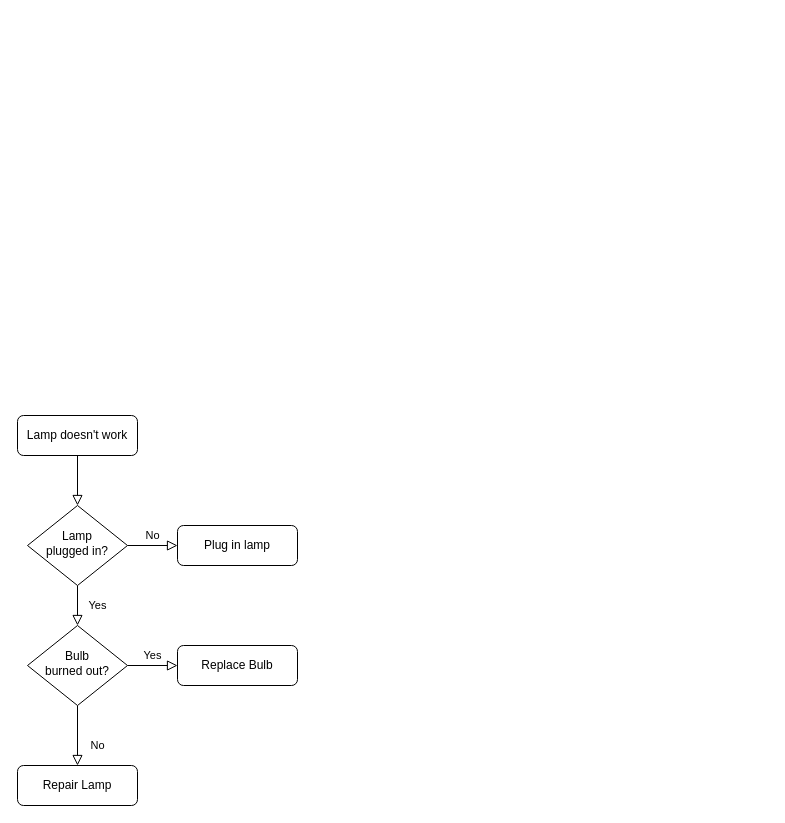
Above: Untitled Diagram.drawio in dedoyle/chart (draw.io), before the change. Source tidied: cells renumbered, new cells numbered last; positions are measured from the earlier drawing's top-left corner, leaving out a move shared by most shapes. Both pictures are drawn from the tidied source at 100%, with x=0, y=0 at pixel (17, 415).
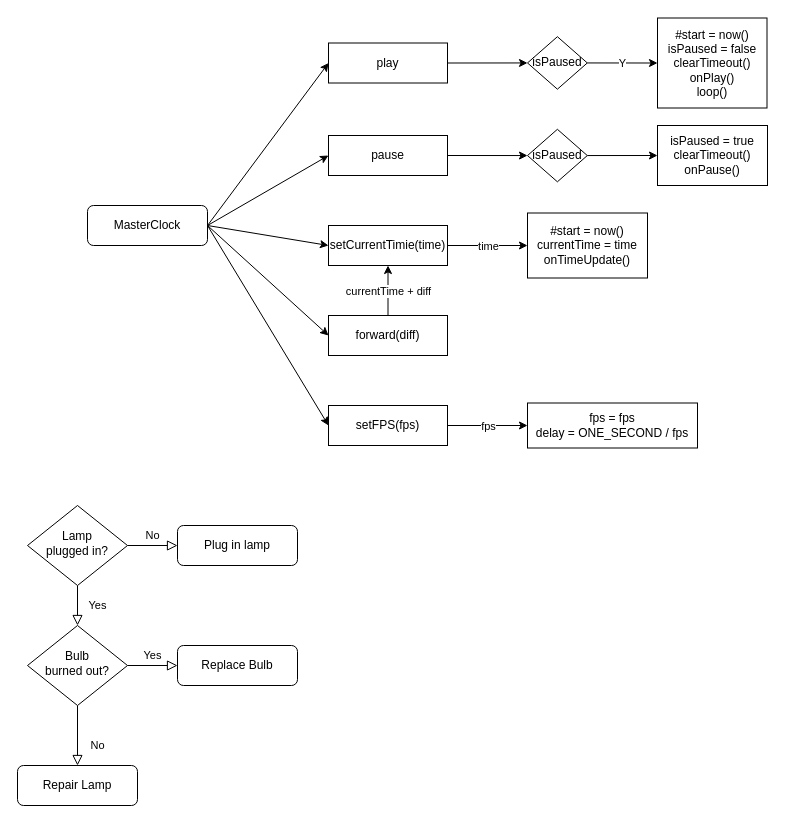
The same page after the edit.

Unchanged cells that the change refers to:
```xml
<mxCell id="6" value="Lamp&lt;br&gt;plugged in?" style="rhombus;whiteSpace=wrap;html=1;shadow=0;fontFamily=Helvetica;fontSize=12;align=center;strokeWidth=1;spacing=6;spacingTop=-4;" parent="1" vertex="1">
  <mxGeometry x="10" y="90" width="100" height="80" as="geometry" />
</mxCell>
```

Change to the diagram source:
```diff
@@
-    <mxCell id="2" style="rounded=0;html=1;jettySize=auto;fontSize=11;endArrow=block;endFill=0;endSize=8;strokeWidth=1;shadow=0;labelBackgroundColor=none;edgeStyle=orthogonalEdgeStyle;" parent="1" edge="1" source="3" target="6">
-      <mxGeometry relative="1" as="geometry" />
-    </mxCell>
-    <mxCell id="3" value="Lamp doesn't work" style="rounded=1;whiteSpace=wrap;html=1;fontSize=12;glass=0;strokeWidth=1;shadow=0;" parent="1" vertex="1">
-      <mxGeometry width="120" height="40" as="geometry" />
+    <mxCell id="3" value="MasterClock" style="rounded=1;whiteSpace=wrap;html=1;fontSize=12;glass=0;strokeWidth=1;shadow=0;" parent="1" vertex="1">
+      <mxGeometry x="70" y="-210" width="120" height="40" as="geometry" />
     </mxCell>
@@
+    <mxCell id="13" value="play" style="rounded=0;whiteSpace=wrap;html=1;" parent="1" vertex="1">
+      <mxGeometry x="311" y="-372.5" width="119" height="40" as="geometry" />
+    </mxCell>
+    <mxCell id="14" value="pause" style="rounded=0;whiteSpace=wrap;html=1;" parent="1" vertex="1">
+      <mxGeometry x="311" y="-280" width="119" height="40" as="geometry" />
+    </mxCell>
+    <mxCell id="15" value="forward(diff)" style="rounded=0;whiteSpace=wrap;html=1;" parent="1" vertex="1">
+      <mxGeometry x="311" y="-100" width="119" height="40" as="geometry" />
+    </mxCell>
+    <mxCell id="16" value="setCurrentTimie(time)" style="rounded=0;whiteSpace=wrap;html=1;" parent="1" vertex="1">
+      <mxGeometry x="311" y="-190" width="119" height="40" as="geometry" />
+    </mxCell>
+    <mxCell id="17" style="endArrow=classic;html=1;rounded=0;exitX=1;exitY=0.5;exitDx=0;exitDy=0;entryX=0;entryY=0.5;entryDx=0;entryDy=0;" parent="1" edge="1" source="3" target="14">
+      <mxGeometry relative="1" as="geometry" />
+    </mxCell>
+    <mxCell id="18" style="endArrow=classic;html=1;rounded=0;exitX=1;exitY=0.5;exitDx=0;exitDy=0;entryX=0;entryY=0.5;entryDx=0;entryDy=0;" parent="1" edge="1" source="3" target="13">
+      <mxGeometry relative="1" as="geometry" />
+    </mxCell>
+    <mxCell id="19" style="endArrow=classic;html=1;rounded=0;exitX=1;exitY=0.5;exitDx=0;exitDy=0;entryX=0;entryY=0.5;entryDx=0;entryDy=0;" parent="1" edge="1" source="3" target="16">
+      <mxGeometry relative="1" as="geometry" />
+    </mxCell>
+    <mxCell id="20" style="endArrow=classic;html=1;rounded=0;entryX=0;entryY=0.5;entryDx=0;entryDy=0;exitX=1;exitY=0.5;exitDx=0;exitDy=0;" parent="1" edge="1" source="3" target="15">
+      <mxGeometry relative="1" as="geometry" />
+    </mxCell>
+    <mxCell id="21" value="setFPS(fps)" style="rounded=0;whiteSpace=wrap;html=1;" parent="1" vertex="1">
+      <mxGeometry x="311" y="-10" width="119" height="40" as="geometry" />
+    </mxCell>
+    <mxCell id="22" style="endArrow=classic;html=1;rounded=0;entryX=0;entryY=0.5;entryDx=0;entryDy=0;exitX=1;exitY=0.5;exitDx=0;exitDy=0;" parent="1" edge="1" source="3" target="21">
+      <mxGeometry relative="1" as="geometry" />
+    </mxCell>
+    <mxCell id="23" value="isPaused" style="rhombus;whiteSpace=wrap;html=1;rounded=0;" parent="1" vertex="1">
+      <mxGeometry x="510" y="-378.8" width="59.8" height="52.5" as="geometry" />
+    </mxCell>
+    <mxCell id="24" value="#start = now()&lt;br&gt;isPaused = false&lt;br&gt;clearTimeout()&lt;br&gt;onPlay()&lt;br&gt;loop()" style="whiteSpace=wrap;html=1;rounded=0;" parent="1" vertex="1">
+      <mxGeometry x="640" y="-397.5" width="109.5" height="90" as="geometry" />
+    </mxCell>
+    <mxCell id="25" style="endArrow=classic;html=1;rounded=0;exitX=1;exitY=0.5;exitDx=0;exitDy=0;entryX=0;entryY=0.5;entryDx=0;entryDy=0;" parent="1" edge="1" source="23" target="24">
+      <mxGeometry relative="1" as="geometry" />
+    </mxCell>
+    <mxCell id="26" value="Y" style="edgeLabel;html=1;align=center;verticalAlign=middle;" parent="25" vertex="1">
+      <mxGeometry relative="1" as="geometry" />
+    </mxCell>
+    <mxCell id="27" style="endArrow=classic;html=1;rounded=0;entryX=0;entryY=0.5;entryDx=0;entryDy=0;" parent="1" edge="1" target="29">
+      <mxGeometry relative="1" as="geometry">
+        <mxPoint x="430" y="-260" as="sourcePoint" />
+      </mxGeometry>
+    </mxCell>
+    <mxCell id="28" style="endArrow=classic;html=1;rounded=0;exitX=1;exitY=0.5;exitDx=0;exitDy=0;entryX=0;entryY=0.5;entryDx=0;entryDy=0;" parent="1" edge="1" source="13" target="23">
+      <mxGeometry relative="1" as="geometry" />
+    </mxCell>
+    <mxCell id="29" value="isPaused" style="rhombus;whiteSpace=wrap;html=1;rounded=0;" parent="1" vertex="1">
+      <mxGeometry x="510" y="-286.2" width="59.8" height="52.5" as="geometry" />
+    </mxCell>
+    <mxCell id="30" value="isPaused = true&lt;br&gt;clearTimeout()&lt;br&gt;onPause()" style="whiteSpace=wrap;html=1;rounded=0;" parent="1" vertex="1">
+      <mxGeometry x="640" y="-290" width="110" height="60" as="geometry" />
+    </mxCell>
+    <mxCell id="31" style="endArrow=classic;html=1;rounded=0;exitX=1;exitY=0.5;exitDx=0;exitDy=0;entryX=0;entryY=0.5;entryDx=0;entryDy=0;" parent="1" edge="1" source="29" target="30">
+      <mxGeometry relative="1" as="geometry" />
+    </mxCell>
+    <mxCell id="32" value="#start = now()&lt;br&gt;currentTime = time&lt;br&gt;onTimeUpdate()" style="whiteSpace=wrap;html=1;rounded=0;" parent="1" vertex="1">
+      <mxGeometry x="510" y="-202.5" width="120" height="65" as="geometry" />
+    </mxCell>
+    <mxCell id="33" style="endArrow=classic;html=1;rounded=0;exitX=1;exitY=0.5;exitDx=0;exitDy=0;entryX=0;entryY=0.5;entryDx=0;entryDy=0;" parent="1" edge="1" source="16" target="32">
+      <mxGeometry relative="1" as="geometry" />
+    </mxCell>
+    <mxCell id="34" value="time" style="edgeLabel;html=1;align=center;verticalAlign=middle;" parent="33" vertex="1">
+      <mxGeometry relative="1" as="geometry" />
+    </mxCell>
+    <mxCell id="35" style="endArrow=classic;html=1;rounded=0;exitX=0.5;exitY=0;exitDx=0;exitDy=0;entryX=0.5;entryY=1;entryDx=0;entryDy=0;" parent="1" edge="1" source="15" target="16">
+      <mxGeometry relative="1" as="geometry" />
+    </mxCell>
+    <mxCell id="36" value="currentTime + diff" style="edgeLabel;html=1;align=center;verticalAlign=middle;" parent="35" vertex="1">
+      <mxGeometry relative="1" as="geometry" />
+    </mxCell>
+    <mxCell id="37" value="fps = fps&lt;br&gt;delay = ONE_SECOND / fps" style="whiteSpace=wrap;html=1;rounded=0;" parent="1" vertex="1">
+      <mxGeometry x="510" y="-12.5" width="170" height="45" as="geometry" />
+    </mxCell>
+    <mxCell id="38" style="endArrow=classic;html=1;rounded=0;exitX=1;exitY=0.5;exitDx=0;exitDy=0;entryX=0;entryY=0.5;entryDx=0;entryDy=0;" parent="1" edge="1" source="21" target="37">
+      <mxGeometry relative="1" as="geometry" />
+    </mxCell>
+    <mxCell id="39" value="fps" style="edgeLabel;html=1;align=center;verticalAlign=middle;" parent="38" vertex="1">
+      <mxGeometry relative="1" as="geometry" />
+    </mxCell>
```
